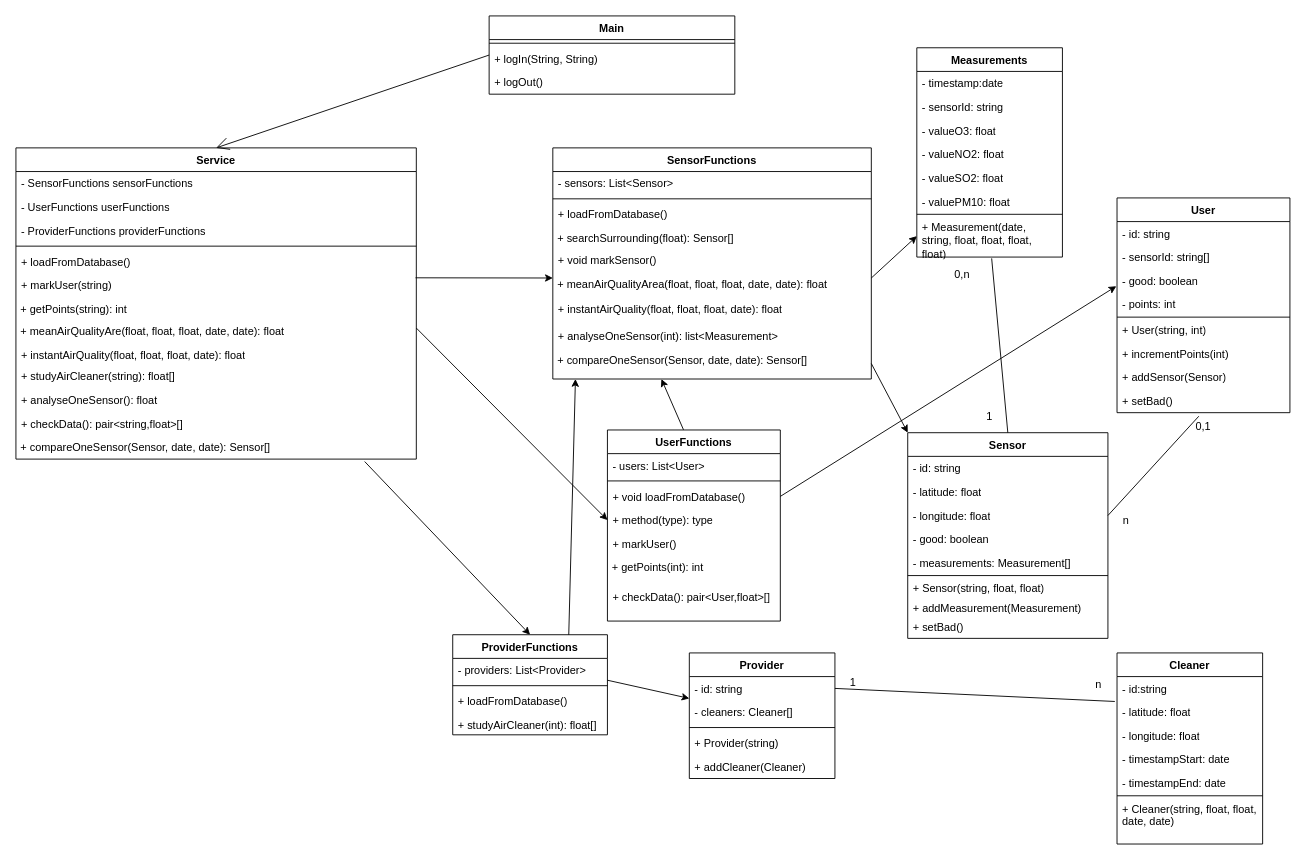
The draw.io diagram Class Diagram.drawio in jimmywengzj/GL-TP, before the edit. Source tidied: cells renumbered, new cells numbered last; positions are measured from the earlier drawing's top-left corner, leaving out a move shared by most shapes. Both pictures are drawn from the tidied source at 91%, with x=0, y=0 at pixel (15, 15).
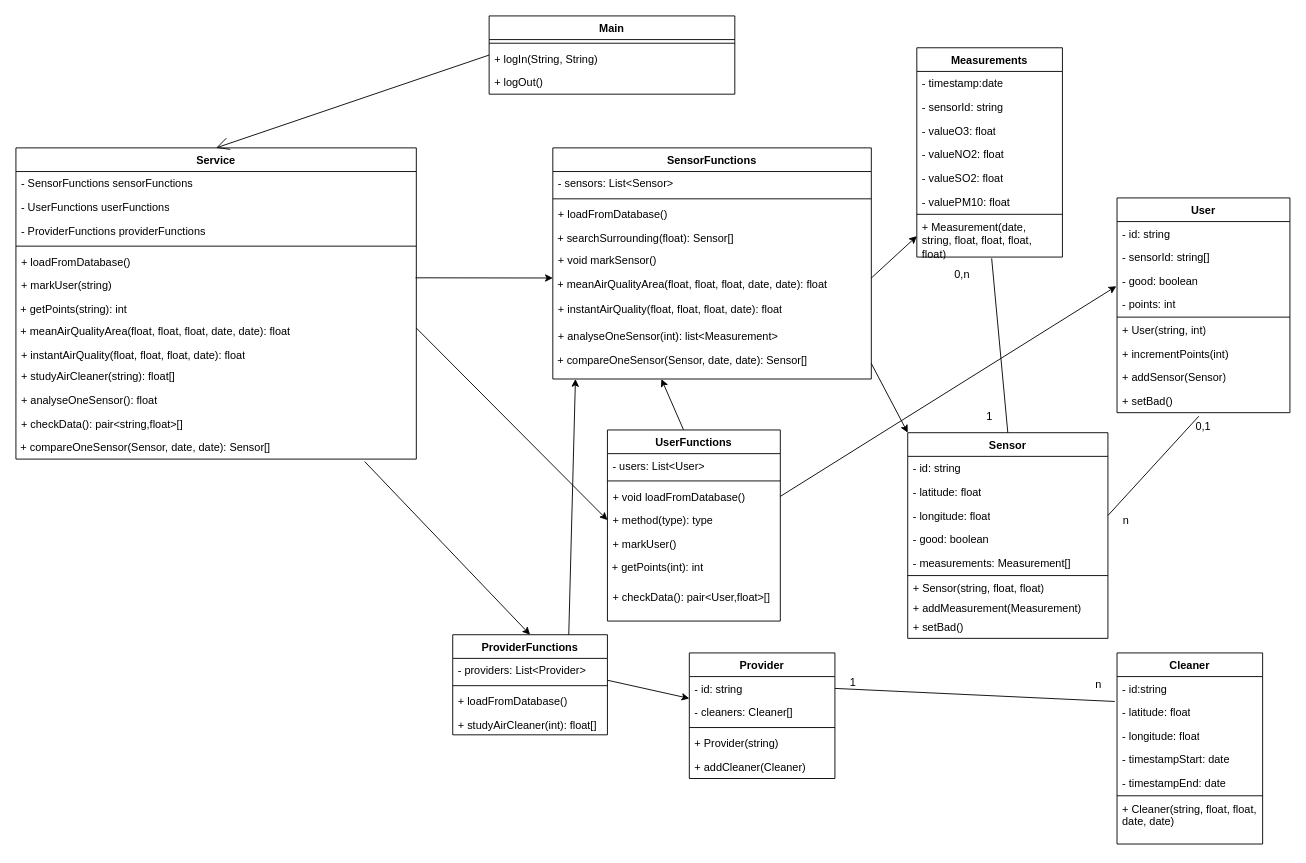
The same diagram, later.

The change refers to these unchanged cells:
```xml
<mxCell id="6" value="Service" style="swimlane;fontStyle=1;align=center;verticalAlign=top;horizontal=1;startSize=26;whiteSpace=wrap;html=1;" parent="1" vertex="1">
  <mxGeometry y="145" width="440" height="342" as="geometry" />
</mxCell>
```

What changed in the source:
```diff
@@
-    <mxCell id="14" value="&amp;nbsp;+ meanAirQualityAre(float, float, float, date, date): float&amp;nbsp;" style="text;whiteSpace=wrap;html=1;" parent="6" vertex="1">
+    <mxCell id="14" value="&amp;nbsp;+ meanAirQualityArea(float, float, float, date, date): float&amp;nbsp;" style="text;whiteSpace=wrap;html=1;" parent="6" vertex="1">
       <mxGeometry y="188" width="440" height="26" as="geometry" />
     </mxCell>
```
